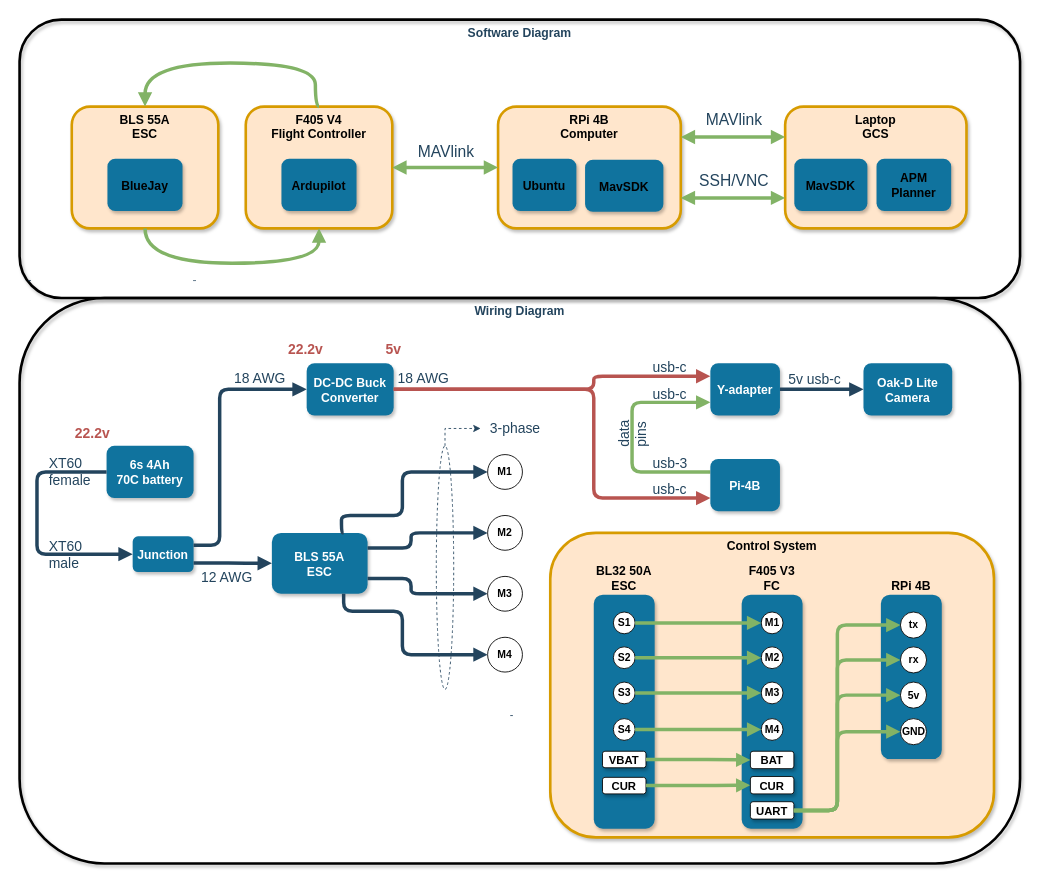
The draw.io diagram electrical-design/wiring-diagram.drawio in MichaelThamm/autonomous-drone, before the edit. Source tidied: cells renumbered, new cells numbered last; positions are measured from the earlier drawing's top-left corner, leaving out a move shared by most shapes. Both pictures are drawn from the tidied source at 87%, with x=0, y=0 at pixel (19, 19).
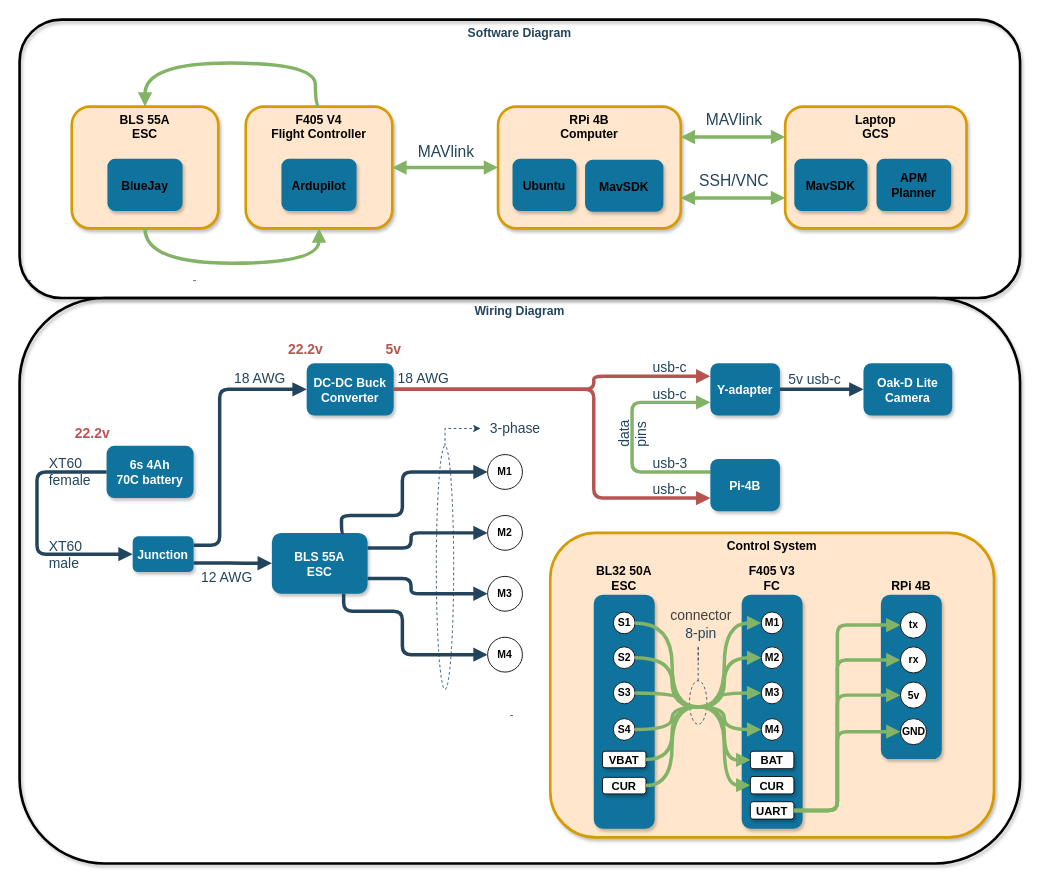
The same page after the edit.

Unchanged cells that the change refers to:
```xml
<mxCell id="3" style="group;" parent="1" vertex="1">
  <mxGeometry x="610" y="590" width="510" height="350" as="geometry" />
</mxCell>
<mxCell id="6" value="&lt;b&gt;M1&lt;/b&gt;" style="ellipse;whiteSpace=wrap;html=1;" parent="3" vertex="1">
  <mxGeometry x="242.5" y="91" width="25" height="25" as="geometry" />
</mxCell>
<mxCell id="7" value="&lt;b&gt;M2&lt;/b&gt;" style="ellipse;whiteSpace=wrap;html=1;" parent="3" vertex="1">
  <mxGeometry x="242.5" y="131" width="25" height="25" as="geometry" />
</mxCell>
<mxCell id="8" value="&lt;b&gt;M3&lt;/b&gt;" style="ellipse;whiteSpace=wrap;html=1;" parent="3" vertex="1">
  <mxGeometry x="242.5" y="171.5" width="25" height="25" as="geometry" />
</mxCell>
<mxCell id="9" value="&lt;b&gt;M4&lt;/b&gt;" style="ellipse;whiteSpace=wrap;html=1;" parent="3" vertex="1">
  <mxGeometry x="242.5" y="213.5" width="25" height="25" as="geometry" />
</mxCell>
<mxCell id="10" value="BAT" style="rounded=1;shadow=1;fontStyle=1;fontSize=13;horizontal=1;" parent="3" vertex="1">
  <mxGeometry x="230" y="251" width="50" height="20" as="geometry" />
</mxCell>
<mxCell id="12" value="&lt;b&gt;S1&lt;/b&gt;" style="ellipse;whiteSpace=wrap;html=1;" parent="3" vertex="1">
  <mxGeometry x="72.5" y="91" width="25" height="25" as="geometry" />
</mxCell>
<mxCell id="13" value="&lt;b&gt;S2&lt;/b&gt;" style="ellipse;whiteSpace=wrap;html=1;" parent="3" vertex="1">
  <mxGeometry x="72.5" y="131" width="25" height="25" as="geometry" />
</mxCell>
<mxCell id="14" value="&lt;b&gt;S3&lt;/b&gt;" style="ellipse;whiteSpace=wrap;html=1;" parent="3" vertex="1">
  <mxGeometry x="72.5" y="171.5" width="25" height="25" as="geometry" />
</mxCell>
<mxCell id="15" value="&lt;b&gt;S4&lt;/b&gt;" style="ellipse;whiteSpace=wrap;html=1;" parent="3" vertex="1">
  <mxGeometry x="72.5" y="213.5" width="25" height="25" as="geometry" />
</mxCell>
<mxCell id="16" value="VBAT" style="rounded=1;shadow=1;fontStyle=1;fontSize=13;horizontal=1;" parent="3" vertex="1">
  <mxGeometry x="60" y="251" width="50" height="19" as="geometry" />
</mxCell>
<mxCell id="32" value="CUR" style="rounded=1;shadow=1;fontStyle=1;fontSize=13;horizontal=1;" parent="3" vertex="1">
  <mxGeometry x="60" y="281" width="50" height="19" as="geometry" />
</mxCell>
<mxCell id="34" value="CUR" style="rounded=1;shadow=1;fontStyle=1;fontSize=13;horizontal=1;" parent="3" vertex="1">
  <mxGeometry x="230" y="280" width="50" height="20" as="geometry" />
</mxCell>
```

What changed in the source:
```diff
@@
+    <mxCell id="101" style="ellipse;whiteSpace=wrap;html=1;strokeColor=#23445D;fillColor=none;dashed=1;fontColor=#23445D;" parent="3" vertex="1">
+      <mxGeometry x="160" y="170" width="20" height="50" as="geometry" />
+    </mxCell>
@@
-    <mxCell id="17" style="edgeStyle=elbowEdgeStyle;strokeWidth=4;endArrow=block;endFill=1;fontStyle=1;strokeColor=#82b366;entryX=0;entryY=0.5;entryDx=0;entryDy=0;fillColor=#d5e8d4;exitX=1;exitY=0.5;exitDx=0;exitDy=0;" parent="3" edge="1" source="12" target="6">
+    <mxCell id="17" style="edgeStyle=orthogonalEdgeStyle;strokeWidth=4;endArrow=block;endFill=1;fontStyle=1;strokeColor=#82b366;entryX=0;entryY=0.5;entryDx=0;entryDy=0;fillColor=#d5e8d4;exitX=1;exitY=0.5;exitDx=0;exitDy=0;curved=1;" parent="3" edge="1" source="12" target="6">
       <mxGeometry x="-688" y="-624.5" as="geometry">
         <Array as="points">
-          <mxPoint x="120" y="91" />
+          <mxPoint x="140" y="104" />
+          <mxPoint x="140" y="200" />
+          <mxPoint x="200" y="200" />
+          <mxPoint x="200" y="104" />
         </Array>
       </mxGeometry>
     </mxCell>
-    <mxCell id="18" style="edgeStyle=elbowEdgeStyle;strokeWidth=4;endArrow=block;endFill=1;fontStyle=1;strokeColor=#82b366;entryX=0;entryY=0.5;entryDx=0;entryDy=0;fillColor=#d5e8d4;exitX=1;exitY=0.5;exitDx=0;exitDy=0;" parent="3" edge="1" source="14" target="8">
+    <mxCell id="18" style="edgeStyle=orthogonalEdgeStyle;strokeWidth=4;endArrow=block;endFill=1;fontStyle=1;strokeColor=#82b366;entryX=0;entryY=0.5;entryDx=0;entryDy=0;fillColor=#d5e8d4;exitX=1;exitY=0.5;exitDx=0;exitDy=0;curved=1;" parent="3" edge="1" source="14" target="8">
       <mxGeometry x="-688" y="-624.5" as="geometry">
         <Array as="points">
-          <mxPoint x="120" y="186" />
+          <mxPoint x="150" y="184" />
+          <mxPoint x="150" y="200" />
+          <mxPoint x="190" y="200" />
+          <mxPoint x="190" y="184" />
         </Array>
       </mxGeometry>
     </mxCell>
-    <mxCell id="19" style="edgeStyle=elbowEdgeStyle;strokeWidth=4;endArrow=block;endFill=1;fontStyle=1;strokeColor=#82b366;entryX=0;entryY=0.5;entryDx=0;entryDy=0;fillColor=#d5e8d4;exitX=1;exitY=0.5;exitDx=0;exitDy=0;" parent="3" edge="1" source="15" target="9">
+    <mxCell id="19" style="edgeStyle=orthogonalEdgeStyle;strokeWidth=4;endArrow=block;endFill=1;fontStyle=1;strokeColor=#82b366;entryX=0;entryY=0.5;entryDx=0;entryDy=0;fillColor=#d5e8d4;exitX=1;exitY=0.5;exitDx=0;exitDy=0;curved=1;" parent="3" edge="1" source="15" target="9">
       <mxGeometry x="-688" y="-624.5" as="geometry">
         <Array as="points">
-          <mxPoint x="120" y="236" />
+          <mxPoint x="140" y="226" />
+          <mxPoint x="140" y="200" />
+          <mxPoint x="200" y="200" />
+          <mxPoint x="200" y="226" />
         </Array>
       </mxGeometry>
     </mxCell>
-    <mxCell id="20" style="edgeStyle=elbowEdgeStyle;strokeWidth=4;endArrow=block;endFill=1;fontStyle=1;strokeColor=#82b366;entryX=0;entryY=0.5;entryDx=0;entryDy=0;fillColor=#d5e8d4;exitX=1;exitY=0.5;exitDx=0;exitDy=0;" parent="3" edge="1" source="13" target="7">
-      <mxGeometry x="-688" y="-624.5" as="geometry" />
+    <mxCell id="20" style="edgeStyle=orthogonalEdgeStyle;strokeWidth=4;endArrow=block;endFill=1;fontStyle=1;strokeColor=#82b366;entryX=0;entryY=0.5;entryDx=0;entryDy=0;fillColor=#d5e8d4;exitX=1;exitY=0.5;exitDx=0;exitDy=0;curved=1;" parent="3" edge="1" source="13" target="7">
+      <mxGeometry x="-688" y="-624.5" as="geometry">
+        <Array as="points">
+          <mxPoint x="140" y="144" />
+          <mxPoint x="140" y="200" />
+          <mxPoint x="200" y="200" />
+          <mxPoint x="200" y="144" />
+        </Array>
+      </mxGeometry>
     </mxCell>
@@
-    <mxCell id="26" style="edgeStyle=elbowEdgeStyle;strokeWidth=4;endArrow=block;endFill=1;fontStyle=1;strokeColor=#82b366;entryX=0;entryY=0.5;entryDx=0;entryDy=0;fillColor=#d5e8d4;exitX=1;exitY=0.5;exitDx=0;exitDy=0;" parent="3" edge="1" source="16" target="10">
+    <mxCell id="26" style="edgeStyle=orthogonalEdgeStyle;strokeWidth=4;endArrow=block;endFill=1;fontStyle=1;strokeColor=#82b366;entryX=0;entryY=0.5;entryDx=0;entryDy=0;fillColor=#d5e8d4;exitX=1;exitY=0.5;exitDx=0;exitDy=0;curved=1;" parent="3" edge="1" source="16" target="10">
       <mxGeometry x="-688" y="-624.5" as="geometry">
         <Array as="points">
-          <mxPoint x="170" y="270" />
+          <mxPoint x="140" y="261" />
+          <mxPoint x="140" y="200" />
+          <mxPoint x="200" y="200" />
+          <mxPoint x="200" y="261" />
         </Array>
       </mxGeometry>
     </mxCell>
@@
-    <mxCell id="33" style="edgeStyle=elbowEdgeStyle;strokeWidth=4;endArrow=block;endFill=1;fontStyle=1;strokeColor=#82b366;fillColor=#d5e8d4;exitX=1;exitY=0.5;exitDx=0;exitDy=0;entryX=0;entryY=0.5;entryDx=0;entryDy=0;" parent="3" edge="1" source="32" target="34">
+    <mxCell id="33" style="edgeStyle=orthogonalEdgeStyle;strokeWidth=4;endArrow=block;endFill=1;fontStyle=1;strokeColor=#82b366;fillColor=#d5e8d4;exitX=1;exitY=0.5;exitDx=0;exitDy=0;entryX=0;entryY=0.5;entryDx=0;entryDy=0;curved=1;" parent="3" edge="1" source="32" target="34">
       <mxGeometry x="-1378" y="-1054.5" as="geometry">
         <Array as="points">
-          <mxPoint x="180" y="280" />
+          <mxPoint x="140" y="291" />
+          <mxPoint x="140" y="200" />
+          <mxPoint x="200" y="200" />
+          <mxPoint x="200" y="290" />
         </Array>
       </mxGeometry>
     </mxCell>
@@
+    <mxCell id="102" style="edgeStyle=elbowEdgeStyle;rounded=0;jettySize=auto;html=1;exitX=0.5;exitY=0;exitDx=0;exitDy=0;dashed=1;strokeColor=#23445D;fontColor=#23445D;endArrow=none;endFill=0;" parent="3" edge="1" source="101">
+      <mxGeometry relative="1" as="geometry">
+        <mxPoint x="170" y="150" as="targetPoint" />
+        <Array as="points">
+          <mxPoint x="170" y="130" />
+        </Array>
+      </mxGeometry>
+    </mxCell>
+    <mxCell id="103" value="&lt;div&gt;&lt;font style=&quot;font-size: 16px;&quot;&gt;&lt;span style=&quot;color: rgb(63, 63, 63);&quot;&gt;connector&lt;/span&gt;&lt;/font&gt;&lt;/div&gt;&lt;font style=&quot;font-size: 16px;&quot;&gt;8-pin&lt;/font&gt;" style="edgeLabel;html=1;align=center;verticalAlign=middle;labelBackgroundColor=none;fontColor=#23445D;" parent="3" vertex="1">
+      <mxGeometry x="150" y="40" as="geometry">
+        <mxPoint x="22" y="64" as="offset" />
+      </mxGeometry>
+    </mxCell>
```
